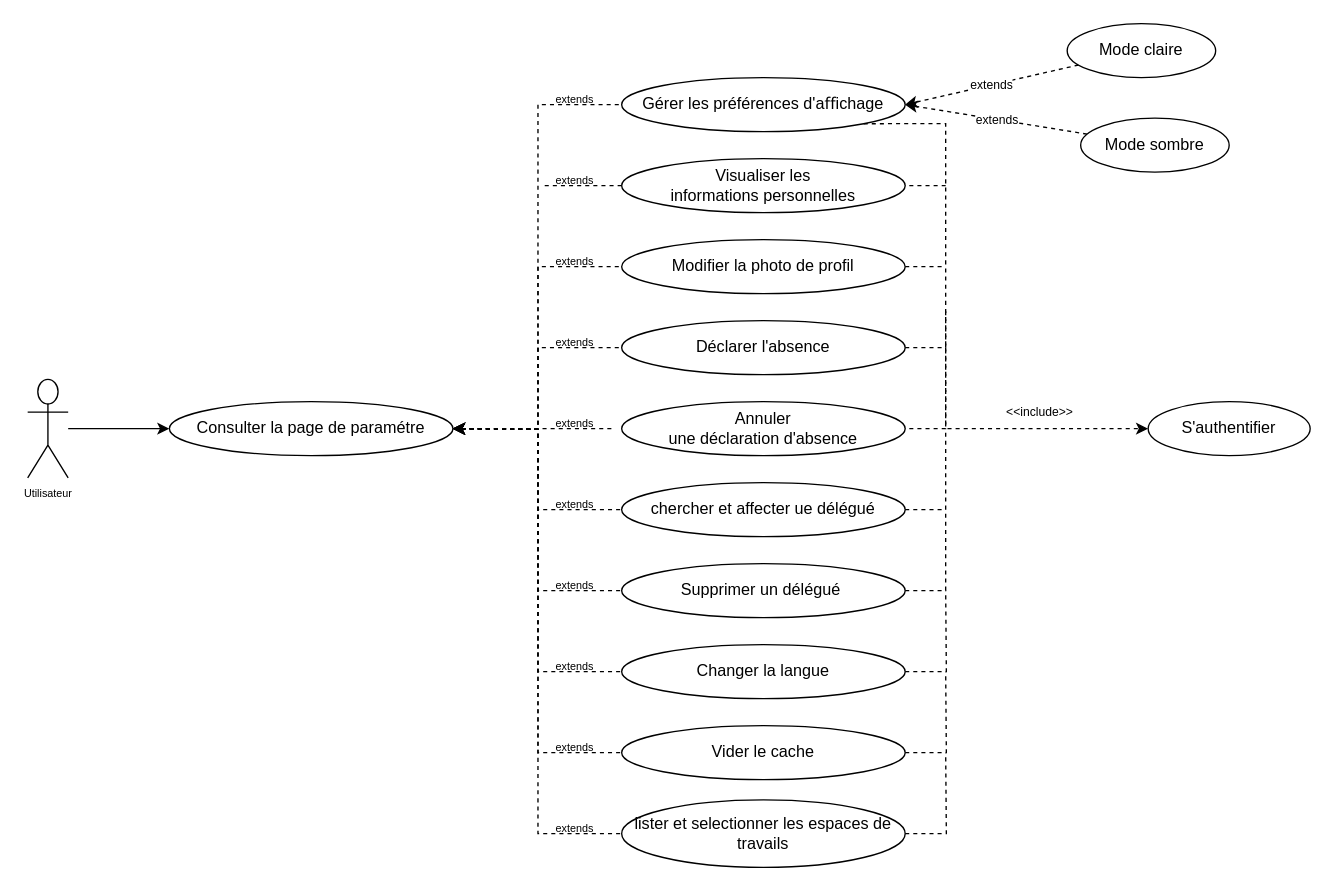
The draw.io diagram UseCaseSprint6.drawio in PFE-Neoledge-2023/rapport, before the edit. Source tidied: cells renumbered, new cells numbered last; positions are measured from the earlier drawing's top-left corner, leaving out a move shared by most shapes. Both pictures are drawn from the tidied source at 135%, with x=0, y=0 at pixel (27, 23).
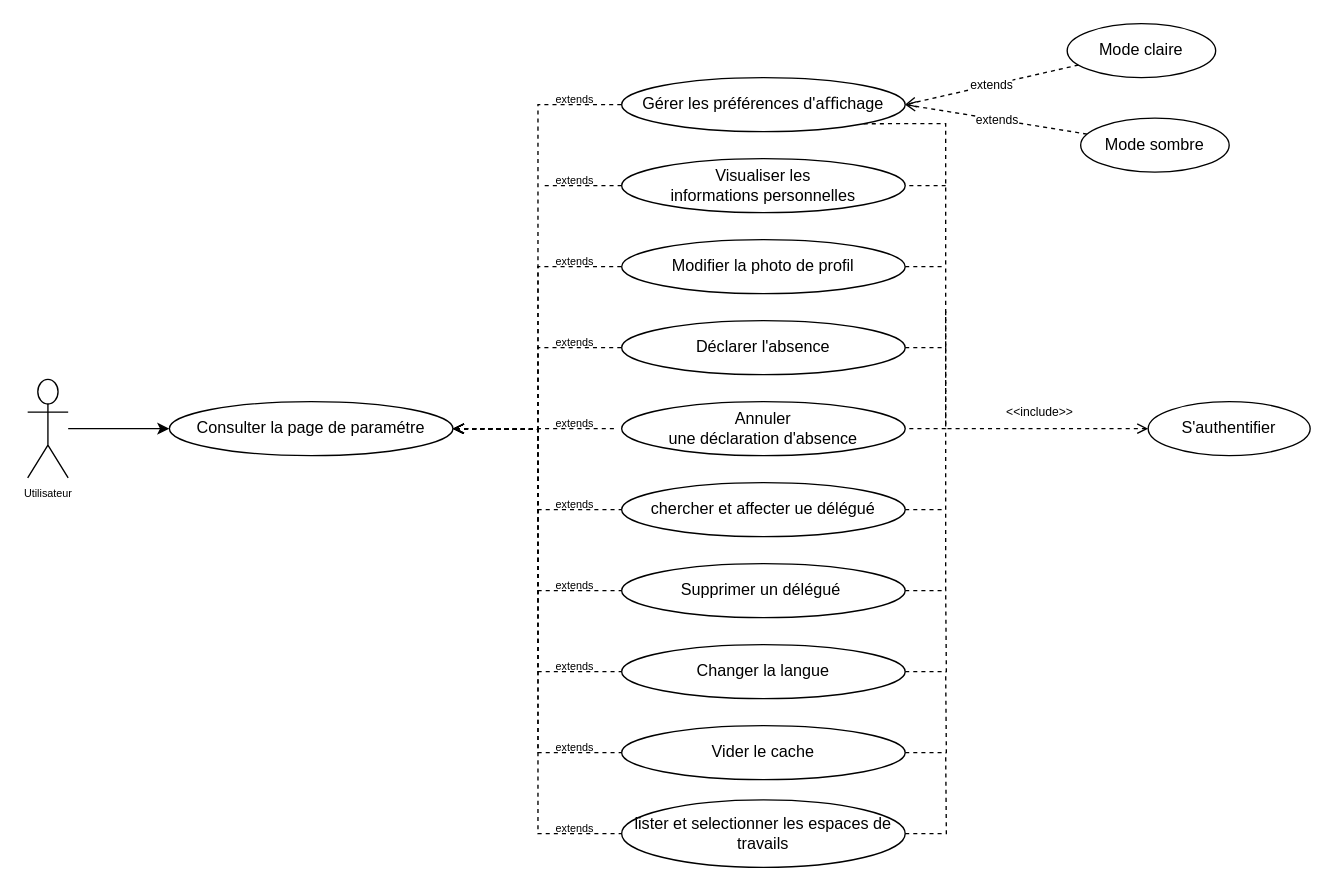
After the change.

Unchanged cells that the change refers to:
```xml
<mxCell id="12" value="&lt;div&gt;Gérer les&amp;nbsp;&lt;span style=&quot;background-color: initial;&quot;&gt;préférences&amp;nbsp;&lt;/span&gt;&lt;span style=&quot;background-color: initial;&quot;&gt;d'aﬀichage&lt;/span&gt;&lt;/div&gt;" style="ellipse;whiteSpace=wrap;html=1;" parent="1" vertex="1">
  <mxGeometry x="440" y="40" width="210" height="40" as="geometry" />
</mxCell>
<mxCell id="14" value="&lt;div&gt;Mode claire&lt;/div&gt;" style="ellipse;whiteSpace=wrap;html=1;" parent="1" vertex="1">
  <mxGeometry x="770" width="110" height="40" as="geometry" />
</mxCell>
<mxCell id="16" value="&lt;div&gt;Mode sombre&lt;/div&gt;" style="ellipse;whiteSpace=wrap;html=1;" parent="1" vertex="1">
  <mxGeometry x="780" y="70" width="110" height="40" as="geometry" />
</mxCell>
<mxCell id="21" value="&lt;div&gt;Modifier&amp;nbsp;&lt;span style=&quot;background-color: initial;&quot;&gt;la photo de profil&lt;/span&gt;&lt;/div&gt;" style="ellipse;whiteSpace=wrap;html=1;" parent="1" vertex="1">
  <mxGeometry x="440" y="160" width="210" height="40" as="geometry" />
</mxCell>
<mxCell id="23" value="&lt;div&gt;Déclarer&amp;nbsp;&lt;span style=&quot;background-color: initial;&quot;&gt;l'absence&lt;/span&gt;&lt;/div&gt;" style="ellipse;whiteSpace=wrap;html=1;" parent="1" vertex="1">
  <mxGeometry x="440" y="220" width="210" height="40" as="geometry" />
</mxCell>
<mxCell id="26" value="&lt;div&gt;chercher et af&lt;span style=&quot;background-color: initial;&quot;&gt;fecter ue dé&lt;/span&gt;&lt;span style=&quot;background-color: initial;&quot;&gt;légué&lt;/span&gt;&lt;/div&gt;" style="ellipse;whiteSpace=wrap;html=1;" parent="1" vertex="1">
  <mxGeometry x="440" y="340" width="210" height="40" as="geometry" />
</mxCell>
<mxCell id="27" value="&lt;div&gt;S'authentifier&lt;/div&gt;" style="ellipse;whiteSpace=wrap;html=1;" parent="1" vertex="1">
  <mxGeometry x="830" y="280" width="120" height="40" as="geometry" />
</mxCell>
<mxCell id="31" value="&lt;div&gt;Supprimer un délégué&amp;nbsp;&lt;/div&gt;" style="ellipse;whiteSpace=wrap;html=1;" parent="1" vertex="1">
  <mxGeometry x="440" y="400" width="210" height="40" as="geometry" />
</mxCell>
<mxCell id="33" value="Changer la langue" style="ellipse;whiteSpace=wrap;html=1;" parent="1" vertex="1">
  <mxGeometry x="440" y="460" width="210" height="40" as="geometry" />
</mxCell>
<mxCell id="35" value="Vider le cache" style="ellipse;whiteSpace=wrap;html=1;" parent="1" vertex="1">
  <mxGeometry x="440" y="520" width="210" height="40" as="geometry" />
</mxCell>
<mxCell id="37" value="lister et selectionner les espaces de travails" style="ellipse;whiteSpace=wrap;html=1;" parent="1" vertex="1">
  <mxGeometry x="440" y="575" width="210" height="50" as="geometry" />
</mxCell>
```

Diff of the diagram source:
```diff
@@
-    <mxCell id="2" style="edgeStyle=orthogonalEdgeStyle;html=1;entryX=0;entryY=0.5;entryDx=0;entryDy=0;rounded=0;dashed=1;startArrow=classic;startFill=1;endArrow=none;endFill=0;" parent="1" edge="1" target="12">
+    <mxCell id="2" style="edgeStyle=orthogonalEdgeStyle;html=1;entryX=0;entryY=0.5;entryDx=0;entryDy=0;rounded=0;dashed=1;startArrow=open;startFill=0;endArrow=none;endFill=0;" parent="1" edge="1" target="12">
       <mxGeometry relative="1" as="geometry">
         <mxPoint x="315" y="300" as="sourcePoint" />
       </mxGeometry>
     </mxCell>
-    <mxCell id="3" style="edgeStyle=orthogonalEdgeStyle;html=1;entryX=0;entryY=0.5;entryDx=0;entryDy=0;rounded=0;dashed=1;startArrow=classic;startFill=1;endArrow=none;endFill=0;" parent="1" edge="1" target="21">
+    <mxCell id="3" style="edgeStyle=orthogonalEdgeStyle;html=1;entryX=0;entryY=0.5;entryDx=0;entryDy=0;rounded=0;dashed=1;startArrow=open;startFill=0;endArrow=none;endFill=0;" parent="1" edge="1" target="21">
       <mxGeometry relative="1" as="geometry">
         <mxPoint x="315" y="300" as="sourcePoint" />
       </mxGeometry>
     </mxCell>
-    <mxCell id="4" style="edgeStyle=orthogonalEdgeStyle;html=1;entryX=0;entryY=0.5;entryDx=0;entryDy=0;rounded=0;dashed=1;startArrow=classic;startFill=1;endArrow=none;endFill=0;" parent="1" edge="1" target="23">
+    <mxCell id="4" style="edgeStyle=orthogonalEdgeStyle;html=1;entryX=0;entryY=0.5;entryDx=0;entryDy=0;rounded=0;dashed=1;startArrow=open;startFill=0;endArrow=none;endFill=0;" parent="1" edge="1" target="23">
       <mxGeometry relative="1" as="geometry">
         <mxPoint x="315" y="300" as="sourcePoint" />
       </mxGeometry>
     </mxCell>
-    <mxCell id="5" style="edgeStyle=orthogonalEdgeStyle;html=1;entryX=0;entryY=0.5;entryDx=0;entryDy=0;rounded=0;dashed=1;startArrow=classic;startFill=1;endArrow=none;endFill=0;" parent="1" edge="1">
+    <mxCell id="5" style="edgeStyle=orthogonalEdgeStyle;html=1;entryX=0;entryY=0.5;entryDx=0;entryDy=0;rounded=0;dashed=1;startArrow=open;startFill=0;endArrow=none;endFill=0;" parent="1" edge="1">
       <mxGeometry relative="1" as="geometry">
         <mxPoint x="315" y="300" as="sourcePoint" />
         <mxPoint x="435" y="300" as="targetPoint" />
       </mxGeometry>
     </mxCell>
-    <mxCell id="6" style="edgeStyle=orthogonalEdgeStyle;html=1;entryX=0;entryY=0.5;entryDx=0;entryDy=0;rounded=0;dashed=1;startArrow=classic;startFill=1;endArrow=none;endFill=0;" parent="1" edge="1" target="26">
+    <mxCell id="6" style="edgeStyle=orthogonalEdgeStyle;html=1;entryX=0;entryY=0.5;entryDx=0;entryDy=0;rounded=0;dashed=1;startArrow=open;startFill=0;endArrow=none;endFill=0;" parent="1" edge="1" target="26">
       <mxGeometry relative="1" as="geometry">
         <mxPoint x="315" y="300" as="sourcePoint" />
       </mxGeometry>
     </mxCell>
-    <mxCell id="7" style="rounded=0;html=1;entryX=0;entryY=0.5;entryDx=0;entryDy=0;fontSize=9;startArrow=classic;startFill=1;endArrow=none;endFill=0;edgeStyle=orthogonalEdgeStyle;dashed=1;" parent="1" edge="1" target="31">
+    <mxCell id="7" style="rounded=0;html=1;entryX=0;entryY=0.5;entryDx=0;entryDy=0;fontSize=9;startArrow=open;startFill=0;endArrow=none;endFill=0;edgeStyle=orthogonalEdgeStyle;dashed=1;" parent="1" edge="1" target="31">
       <mxGeometry relative="1" as="geometry">
         <mxPoint x="315" y="300" as="sourcePoint" />
       </mxGeometry>
     </mxCell>
-    <mxCell id="8" style="edgeStyle=orthogonalEdgeStyle;rounded=0;html=1;entryX=0;entryY=0.5;entryDx=0;entryDy=0;fontSize=9;startArrow=classic;startFill=1;endArrow=none;endFill=0;dashed=1;" parent="1" edge="1" target="35">
+    <mxCell id="8" style="edgeStyle=orthogonalEdgeStyle;rounded=0;html=1;entryX=0;entryY=0.5;entryDx=0;entryDy=0;fontSize=9;startArrow=open;startFill=0;endArrow=none;endFill=0;dashed=1;" parent="1" edge="1" target="35">
       <mxGeometry relative="1" as="geometry">
         <mxPoint x="315" y="300" as="sourcePoint" />
       </mxGeometry>
     </mxCell>
-    <mxCell id="9" style="edgeStyle=orthogonalEdgeStyle;rounded=0;html=1;entryX=0;entryY=0.5;entryDx=0;entryDy=0;fontSize=9;startArrow=classic;startFill=1;endArrow=none;endFill=0;dashed=1;" parent="1" edge="1" target="33">
+    <mxCell id="9" style="edgeStyle=orthogonalEdgeStyle;rounded=0;html=1;entryX=0;entryY=0.5;entryDx=0;entryDy=0;fontSize=9;startArrow=open;startFill=0;endArrow=none;endFill=0;dashed=1;" parent="1" edge="1" target="33">
       <mxGeometry relative="1" as="geometry">
         <mxPoint x="315" y="300" as="sourcePoint" />
       </mxGeometry>
     </mxCell>
-    <mxCell id="10" style="edgeStyle=orthogonalEdgeStyle;rounded=0;html=1;entryX=0;entryY=0.5;entryDx=0;entryDy=0;endArrow=none;endFill=0;dashed=1;startArrow=classic;startFill=1;" parent="1" edge="1" target="37">
+    <mxCell id="10" style="edgeStyle=orthogonalEdgeStyle;rounded=0;html=1;entryX=0;entryY=0.5;entryDx=0;entryDy=0;endArrow=none;endFill=0;dashed=1;startArrow=open;startFill=0;" parent="1" edge="1" target="37">
       <mxGeometry relative="1" as="geometry">
         <mxPoint x="315" y="300" as="sourcePoint" />
       </mxGeometry>
     </mxCell>
-    <mxCell id="11" style="edgeStyle=orthogonalEdgeStyle;html=1;dashed=1;fontSize=9;startArrow=none;startFill=0;endArrow=classic;endFill=1;exitX=1;exitY=1;exitDx=0;exitDy=0;rounded=0;entryX=0;entryY=0.5;entryDx=0;entryDy=0;" parent="1" edge="1" source="12" target="27">
+    <mxCell id="11" style="edgeStyle=orthogonalEdgeStyle;html=1;dashed=1;fontSize=9;startArrow=none;startFill=0;endArrow=open;endFill=0;exitX=1;exitY=1;exitDx=0;exitDy=0;rounded=0;entryX=0;entryY=0.5;entryDx=0;entryDy=0;" parent="1" edge="1" source="12" target="27">
       <mxGeometry relative="1" as="geometry">
         <Array as="points">
           <mxPoint x="680" y="74" />
           <mxPoint x="680" y="300" />
         </Array>
       </mxGeometry>
     </mxCell>
@@
-    <mxCell id="13" value="&lt;font style=&quot;font-size: 9px;&quot;&gt;extends&lt;/font&gt;" style="edgeStyle=none;html=1;entryX=1;entryY=0.5;entryDx=0;entryDy=0;dashed=1;startArrow=none;startFill=0;endArrow=classic;endFill=1;" parent="1" edge="1" source="14" target="12">
+    <mxCell id="13" value="&lt;font style=&quot;font-size: 9px;&quot;&gt;extends&lt;/font&gt;" style="edgeStyle=none;html=1;entryX=1;entryY=0.5;entryDx=0;entryDy=0;dashed=1;startArrow=none;startFill=0;endArrow=open;endFill=0;" parent="1" edge="1" source="14" target="12">
       <mxGeometry relative="1" as="geometry" />
     </mxCell>
@@
-    <mxCell id="15" value="&lt;font style=&quot;font-size: 9px;&quot;&gt;extends&lt;/font&gt;" style="edgeStyle=none;html=1;entryX=1;entryY=0.5;entryDx=0;entryDy=0;dashed=1;startArrow=none;startFill=0;endArrow=classic;endFill=1;" parent="1" edge="1" source="16" target="12">
+    <mxCell id="15" value="&lt;font style=&quot;font-size: 9px;&quot;&gt;extends&lt;/font&gt;" style="edgeStyle=none;html=1;entryX=1;entryY=0.5;entryDx=0;entryDy=0;dashed=1;startArrow=none;startFill=0;endArrow=open;endFill=0;" parent="1" edge="1" source="16" target="12">
       <mxGeometry relative="1" as="geometry" />
     </mxCell>
```
